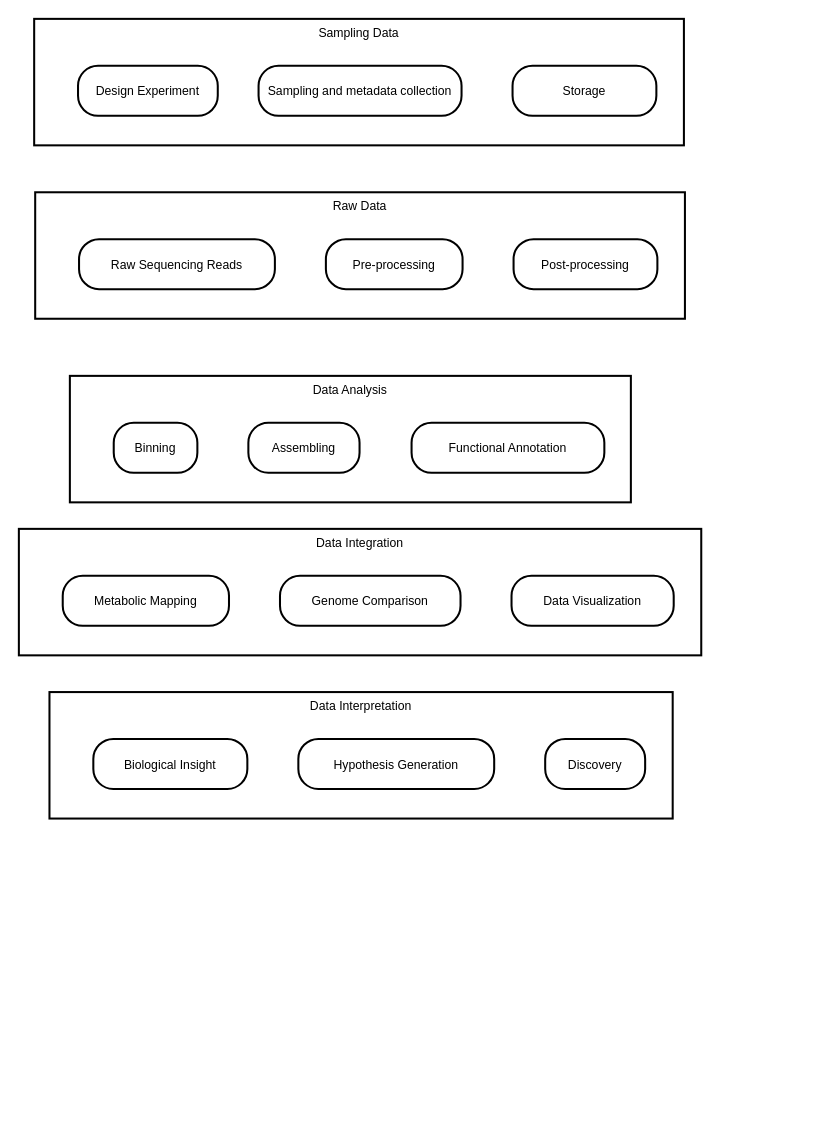
Earlier version of the draw.io diagram metaDaLi.drawio (Arzhura/DaLi). Source tidied: cells renumbered, new cells numbered last; positions are measured from the earlier drawing's top-left corner, leaving out a move shared by most shapes. Both pictures are drawn from the tidied source at 102%, with x=0, y=0 at pixel (18, 18).
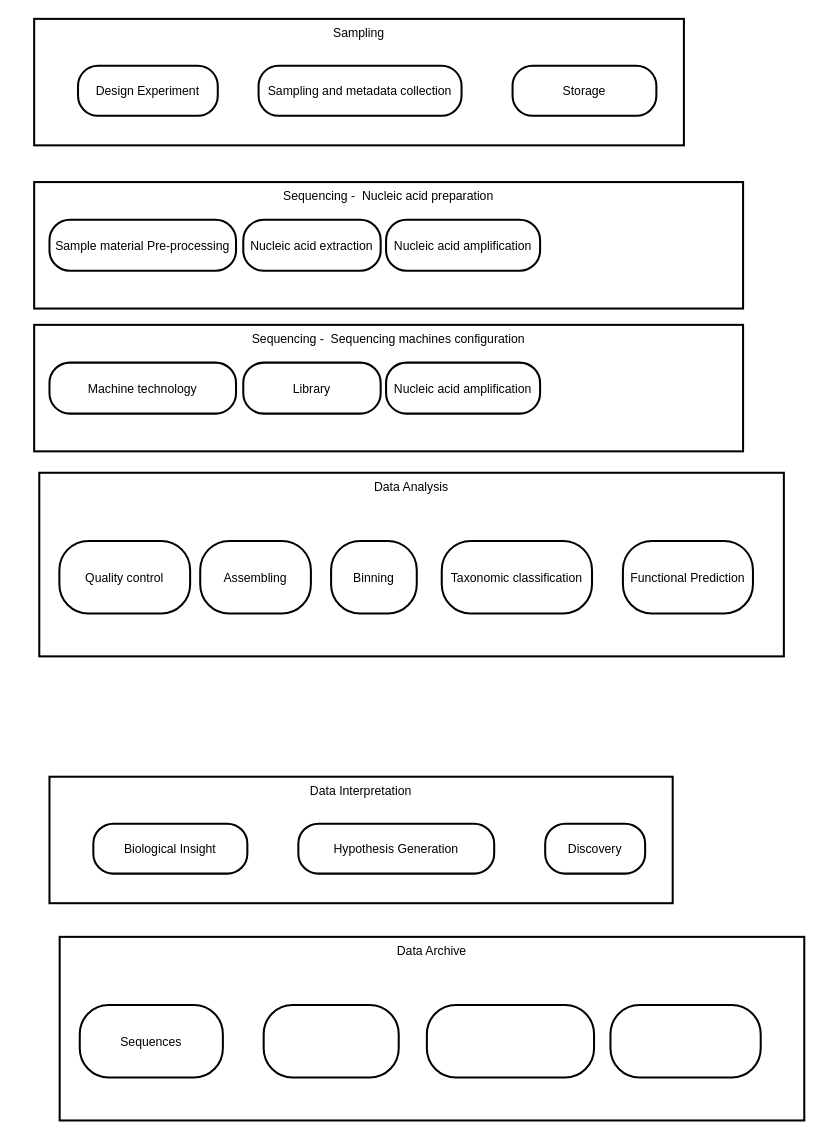
Above is the later version.

Diff of the diagram source:
```diff
@@
     <mxCell id="2" value="Data Interpretation" style="whiteSpace=wrap;strokeWidth=2;verticalAlign=top;" parent="1" vertex="1">
-      <mxGeometry x="30" y="660" width="611" height="124" as="geometry" />
+      <mxGeometry x="30" y="743" width="611" height="124" as="geometry" />
     </mxCell>
@@
-    <mxCell id="6" value="Data Integration" style="whiteSpace=wrap;strokeWidth=2;verticalAlign=top;" parent="1" vertex="1">
-      <mxGeometry y="500" width="669" height="124" as="geometry" />
-    </mxCell>
-    <mxCell id="7" value="Metabolic Mapping" style="rounded=1;arcSize=40;strokeWidth=2;" parent="6" vertex="1">
-      <mxGeometry x="43" y="46" width="163" height="49" as="geometry" />
-    </mxCell>
-    <mxCell id="8" value="Genome Comparison" style="rounded=1;arcSize=40;strokeWidth=2;" parent="6" vertex="1">
-      <mxGeometry x="256" y="46" width="177" height="49" as="geometry" />
-    </mxCell>
-    <mxCell id="9" value="Data Visualization" style="rounded=1;arcSize=40;strokeWidth=2;" parent="6" vertex="1">
-      <mxGeometry x="483" y="46" width="159" height="49" as="geometry" />
-    </mxCell>
     <mxCell id="10" value="Data Analysis" style="whiteSpace=wrap;strokeWidth=2;verticalAlign=top;" parent="1" vertex="1">
-      <mxGeometry x="50" y="350" width="550" height="124" as="geometry" />
+      <mxGeometry x="20" y="445" width="730" height="180" as="geometry" />
     </mxCell>
     <mxCell id="11" value="Binning" style="rounded=1;arcSize=40;strokeWidth=2;" parent="10" vertex="1">
-      <mxGeometry x="43" y="46" width="82" height="49" as="geometry" />
+      <mxGeometry x="286.1" y="66.8" width="84" height="71.1" as="geometry" />
     </mxCell>
     <mxCell id="12" value="Assembling" style="rounded=1;arcSize=40;strokeWidth=2;" parent="10" vertex="1">
-      <mxGeometry x="175" y="46" width="109" height="49" as="geometry" />
+      <mxGeometry x="157.8" y="66.8" width="108.5" height="71.1" as="geometry" />
     </mxCell>
-    <mxCell id="13" value="Functional Annotation" style="rounded=1;arcSize=40;strokeWidth=2;" parent="10" vertex="1">
-      <mxGeometry x="335" y="46" width="189" height="49" as="geometry" />
+    <mxCell id="13" value="Functional Prediction" style="rounded=1;arcSize=40;strokeWidth=2;" parent="10" vertex="1">
+      <mxGeometry x="572.2" y="66.8" width="127.5" height="71.1" as="geometry" />
     </mxCell>
+    <mxCell id="22" value="Quality control" style="rounded=1;arcSize=40;strokeWidth=2;" parent="10" vertex="1">
+      <mxGeometry x="19.7" y="66.8" width="128.2" height="71.1" as="geometry" />
+    </mxCell>
+    <mxCell id="23" value="Taxonomic classification" style="rounded=1;arcSize=40;strokeWidth=2;" parent="10" vertex="1">
+      <mxGeometry x="394.6" y="66.8" width="147.3" height="71.1" as="geometry" />
+    </mxCell>
-    <mxCell id="14" value="Raw Data" style="whiteSpace=wrap;strokeWidth=2;verticalAlign=top;" parent="1" vertex="1">
-      <mxGeometry x="16" y="170" width="637" height="124" as="geometry" />
+    <mxCell id="14" value="Sequencing -  Nucleic acid preparation" style="whiteSpace=wrap;strokeWidth=2;verticalAlign=top;" parent="1" vertex="1">
+      <mxGeometry x="15" y="160" width="695" height="124" as="geometry" />
     </mxCell>
-    <mxCell id="15" value="Raw Sequencing Reads" style="rounded=1;arcSize=40;strokeWidth=2;" parent="14" vertex="1">
-      <mxGeometry x="43" y="46" width="192" height="49" as="geometry" />
+    <mxCell id="15" value="Nucleic acid extraction" style="rounded=1;arcSize=40;strokeWidth=2;flipV=1;flipH=1;" parent="14" vertex="1">
+      <mxGeometry x="205" y="37" width="134.7" height="50" as="geometry" />
     </mxCell>
-    <mxCell id="16" value="Pre-processing" style="rounded=1;arcSize=40;strokeWidth=2;" parent="14" vertex="1">
-      <mxGeometry x="285" y="46" width="134" height="49" as="geometry" />
+    <mxCell id="16" value="Sample material Pre-processing" style="rounded=1;arcSize=40;strokeWidth=2;flipV=1;flipH=1;" parent="14" vertex="1">
+      <mxGeometry x="15" y="37" width="182.9" height="50" as="geometry" />
     </mxCell>
-    <mxCell id="17" value="Post-processing" style="rounded=1;arcSize=40;strokeWidth=2;" parent="14" vertex="1">
-      <mxGeometry x="469" y="46" width="141" height="49" as="geometry" />
-    </mxCell>
+    <mxCell id="24" value="Nucleic acid amplification" style="rounded=1;arcSize=40;strokeWidth=2;flipV=1;flipH=1;" parent="14" vertex="1">
+      <mxGeometry x="345" y="37" width="151" height="50" as="geometry" />
+    </mxCell>
-    <mxCell id="18" value="Sampling Data" style="whiteSpace=wrap;strokeWidth=2;verticalAlign=top;" parent="1" vertex="1">
+    <mxCell id="18" value="Sampling" style="whiteSpace=wrap;strokeWidth=2;verticalAlign=top;" parent="1" vertex="1">
       <mxGeometry x="15" width="637" height="124" as="geometry" />
     </mxCell>
@@
+    <mxCell id="25" value="Data Archive" style="whiteSpace=wrap;strokeWidth=2;verticalAlign=top;" parent="1" vertex="1">
+      <mxGeometry x="40" y="900" width="730" height="180" as="geometry" />
+    </mxCell>
+    <mxCell id="26" style="rounded=1;arcSize=40;strokeWidth=2;" parent="25" vertex="1">
+      <mxGeometry x="360" y="66.8" width="163.9" height="71.1" as="geometry" />
+    </mxCell>
+    <mxCell id="27" style="rounded=1;arcSize=40;strokeWidth=2;" parent="25" vertex="1">
+      <mxGeometry x="200" y="66.8" width="132.4" height="71.1" as="geometry" />
+    </mxCell>
+    <mxCell id="28" value="Sequences" style="rounded=1;arcSize=40;strokeWidth=2;" parent="25" vertex="1">
+      <mxGeometry x="19.7" y="66.8" width="140.3" height="71.1" as="geometry" />
+    </mxCell>
+    <mxCell id="29" style="rounded=1;arcSize=40;strokeWidth=2;" parent="25" vertex="1">
+      <mxGeometry x="540" y="66.8" width="147.3" height="71.1" as="geometry" />
+    </mxCell>
+    <mxCell id="30" value="Sequencing -  Sequencing machines configuration" style="whiteSpace=wrap;strokeWidth=2;verticalAlign=top;" parent="1" vertex="1">
+      <mxGeometry x="15" y="300" width="695" height="124" as="geometry" />
+    </mxCell>
+    <mxCell id="31" value="Library" style="rounded=1;arcSize=40;strokeWidth=2;flipV=1;flipH=1;" parent="30" vertex="1">
+      <mxGeometry x="205" y="37" width="134.7" height="50" as="geometry" />
+    </mxCell>
+    <mxCell id="32" value="Machine technology" style="rounded=1;arcSize=40;strokeWidth=2;flipV=1;flipH=1;" parent="30" vertex="1">
+      <mxGeometry x="15" y="37" width="182.9" height="50" as="geometry" />
+    </mxCell>
+    <mxCell id="33" value="Nucleic acid amplification" style="rounded=1;arcSize=40;strokeWidth=2;flipV=1;flipH=1;" parent="30" vertex="1">
+      <mxGeometry x="345" y="37" width="151" height="50" as="geometry" />
+    </mxCell>
```
